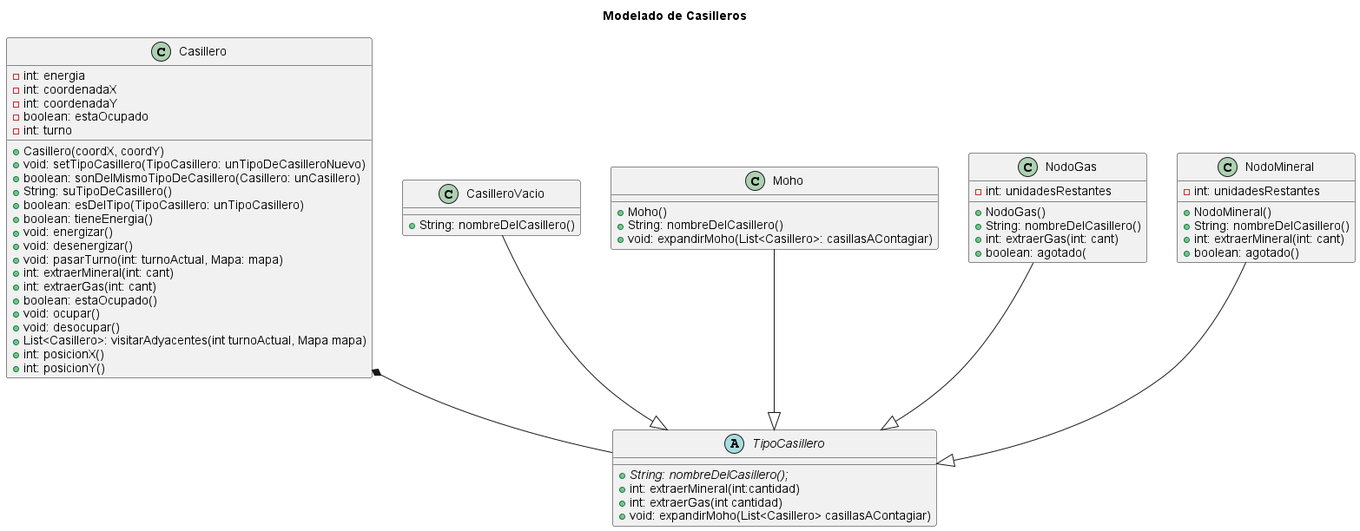
m-cabrerar/AlgoStar keeps this PlantUML diagram as diagrams/classes/casilleros.png. Above is the earlier version.
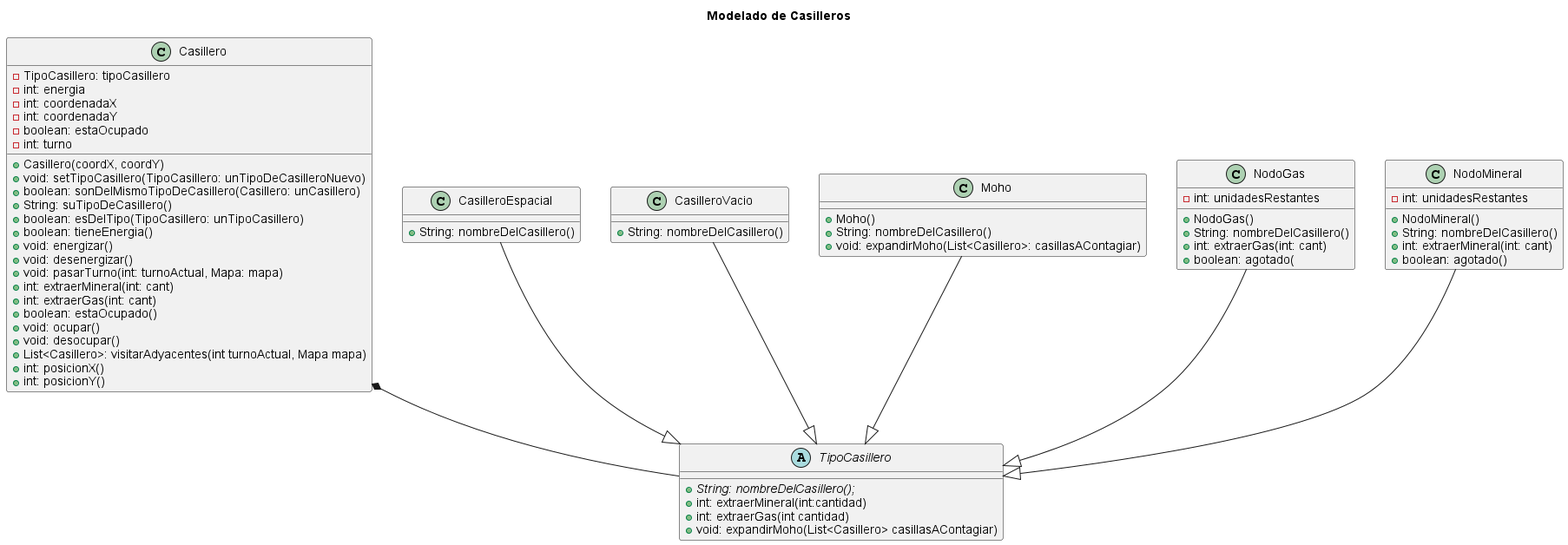
The same file after the commit.

What changed in the source:
```diff
@@ -1,7 +1,9 @@
 @startuml
 title Modelado de Casilleros
 
+
 class Casillero {
+ - TipoCasillero: tipoCasillero
  - int: energia
  - int: coordenadaX
  - int: coordenadaY
@@ -26,6 +28,10 @@
  + int: posicionY()
 }
 
+class CasilleroEspacial {
+ + String: nombreDelCasillero()
+}
+
 class CasilleroVacio{
  + String: nombreDelCasillero()
 }
@@ -42,6 +48,7 @@
 Moho --|> TipoCasillero
 NodoGas --|> TipoCasillero
 NodoMineral --|> TipoCasillero
+CasilleroEspacial --|> TipoCasillero
 
 class Moho{
  + Moho()
```
